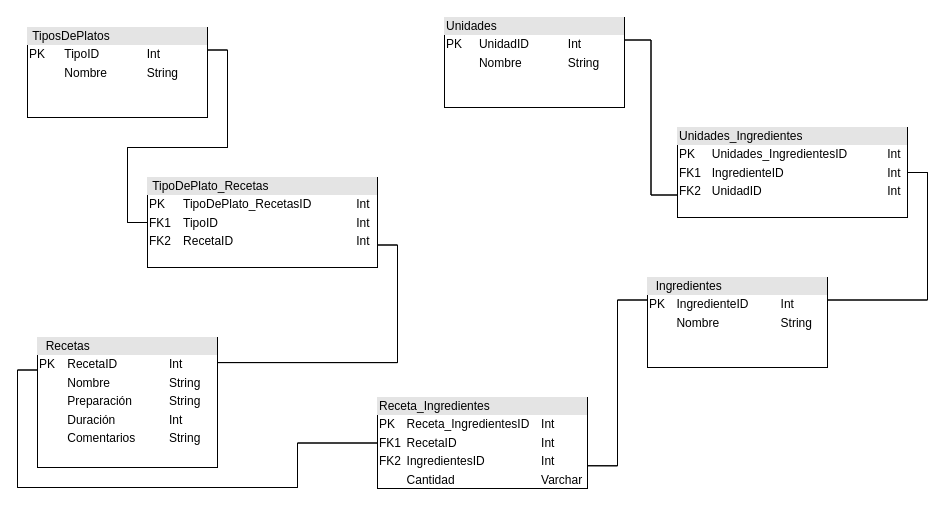
This is Platos Diagram.drawio from NotJarethGG/CosasVarias, a draw.io file, before an edit. Source tidied: cells renumbered, new cells numbered last; positions are measured from the earlier drawing's top-left corner, leaving out a move shared by most shapes. Both pictures are drawn from the tidied source at 100%, with x=0, y=0 at pixel (27, 17).
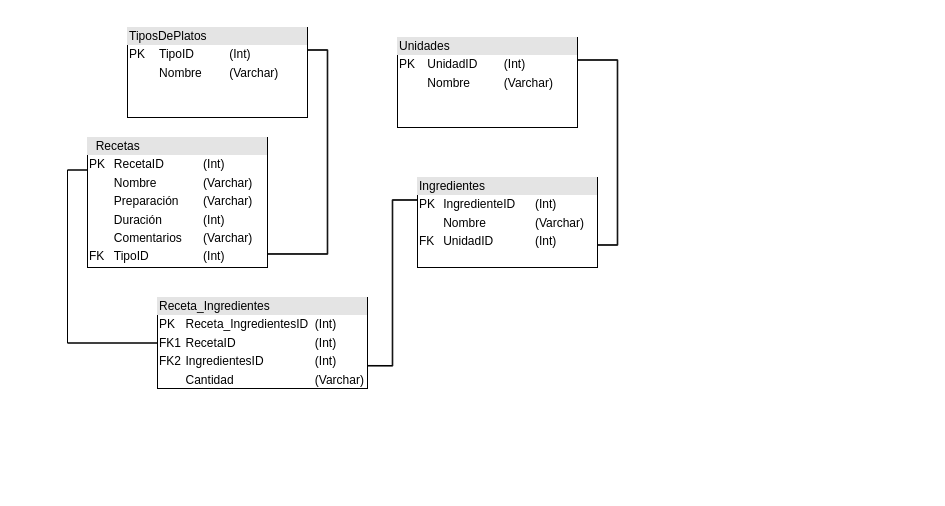
Above is the later version.

The edit, as a diff of the source:
```diff
@@
 <mxGraphModel>
   <root>
     <mxCell id="0" />
     <mxCell id="1" parent="0" />
-    <mxCell id="2" style="edgeStyle=orthogonalEdgeStyle;rounded=0;jettySize=auto;html=1;exitX=1;exitY=0.25;exitDx=0;exitDy=0;entryX=0;entryY=0.5;entryDx=0;entryDy=0;shape=link;width=0;" parent="1" edge="1" source="3" target="7">
-      <mxGeometry relative="1" as="geometry" />
-    </mxCell>
+    <mxCell id="15" style="edgeStyle=orthogonalEdgeStyle;rounded=0;jettySize=auto;html=1;exitX=1;exitY=0.25;exitDx=0;exitDy=0;entryX=0.999;entryY=0.896;entryDx=0;entryDy=0;entryPerimeter=0;shape=link;width=-0.5882352941176467;" parent="1" edge="1" source="3" target="6">
+      <mxGeometry relative="1" as="geometry" />
+    </mxCell>
-    <mxCell id="3" value="&lt;div style=&quot;box-sizing:border-box;width:100%;background:#e4e4e4;padding:2px;&quot;&gt;&lt;span style=&quot;white-space: pre;&quot;&gt; &lt;/span&gt;TiposDePlatos&lt;/div&gt;&lt;table style=&quot;width:100%;font-size:1em;&quot; cellpadding=&quot;2&quot; cellspacing=&quot;0&quot;&gt;&lt;tbody&gt;&lt;tr&gt;&lt;td&gt;PK&lt;/td&gt;&lt;td&gt;TipoID&lt;/td&gt;&lt;td&gt;Int&lt;/td&gt;&lt;/tr&gt;&lt;tr&gt;&lt;td&gt;&lt;br&gt;&lt;/td&gt;&lt;td&gt;Nombre&lt;/td&gt;&lt;td&gt;String&lt;/td&gt;&lt;/tr&gt;&lt;tr&gt;&lt;td&gt;&lt;/td&gt;&lt;td&gt;&lt;br&gt;&lt;/td&gt;&lt;td&gt;&lt;br&gt;&lt;/td&gt;&lt;/tr&gt;&lt;/tbody&gt;&lt;/table&gt;" style="verticalAlign=top;align=left;overflow=fill;html=1;whiteSpace=wrap;" parent="1" vertex="1">
-      <mxGeometry y="10" width="180" height="90" as="geometry" />
+    <mxCell id="3" value="&lt;div style=&quot;box-sizing:border-box;width:100%;background:#e4e4e4;padding:2px;&quot;&gt;&lt;span style=&quot;&quot;&gt; &lt;/span&gt;TiposDePlatos&lt;/div&gt;&lt;table style=&quot;width:100%;font-size:1em;&quot; cellpadding=&quot;2&quot; cellspacing=&quot;0&quot;&gt;&lt;tbody&gt;&lt;tr&gt;&lt;td&gt;PK&lt;/td&gt;&lt;td&gt;TipoID&lt;/td&gt;&lt;td&gt;(Int)&lt;/td&gt;&lt;/tr&gt;&lt;tr&gt;&lt;td&gt;&lt;br&gt;&lt;/td&gt;&lt;td&gt;Nombre&lt;/td&gt;&lt;td&gt;(Varchar)&lt;br&gt;&lt;/td&gt;&lt;/tr&gt;&lt;/tbody&gt;&lt;/table&gt;" style="verticalAlign=top;align=left;overflow=fill;html=1;whiteSpace=wrap;" parent="1" vertex="1">
+      <mxGeometry x="100" y="10" width="180" height="90" as="geometry" />
     </mxCell>
-    <mxCell id="4" style="edgeStyle=orthogonalEdgeStyle;rounded=0;jettySize=auto;html=1;exitX=0.997;exitY=0.193;exitDx=0;exitDy=0;entryX=1;entryY=0.75;entryDx=0;entryDy=0;shape=link;width=0;exitPerimeter=0;" parent="1" edge="1" source="6" target="7">
-      <mxGeometry relative="1" as="geometry" />
-    </mxCell>
     <mxCell id="5" style="edgeStyle=orthogonalEdgeStyle;rounded=0;jettySize=auto;html=1;exitX=0;exitY=0.25;exitDx=0;exitDy=0;entryX=0;entryY=0.5;entryDx=0;entryDy=0;shape=link;width=0;" parent="1" edge="1" source="6" target="11">
       <mxGeometry relative="1" as="geometry" />
     </mxCell>
-    <mxCell id="6" value="&lt;div style=&quot;box-sizing:border-box;width:100%;background:#e4e4e4;padding:2px;&quot;&gt;&lt;span style=&quot;white-space: pre;&quot;&gt; &lt;/span&gt;&lt;span style=&quot;white-space: pre;&quot;&gt; &lt;/span&gt;Recetas&lt;/div&gt;&lt;table style=&quot;width:100%;font-size:1em;&quot; cellpadding=&quot;2&quot; cellspacing=&quot;0&quot;&gt;&lt;tbody&gt;&lt;tr&gt;&lt;td&gt;PK&lt;/td&gt;&lt;td&gt;RecetaID&lt;/td&gt;&lt;td&gt;Int&lt;/td&gt;&lt;/tr&gt;&lt;tr&gt;&lt;td&gt;&lt;br&gt;&lt;/td&gt;&lt;td&gt;Nombre&lt;/td&gt;&lt;td&gt;String&lt;/td&gt;&lt;/tr&gt;&lt;tr&gt;&lt;td&gt;&lt;br&gt;&lt;/td&gt;&lt;td&gt;Preparación&lt;/td&gt;&lt;td&gt;String&lt;/td&gt;&lt;/tr&gt;&lt;tr&gt;&lt;td&gt;&lt;br&gt;&lt;/td&gt;&lt;td&gt;Duración&lt;/td&gt;&lt;td&gt;Int&lt;/td&gt;&lt;/tr&gt;&lt;tr&gt;&lt;td&gt;&lt;br&gt;&lt;/td&gt;&lt;td&gt;Comentarios&lt;/td&gt;&lt;td&gt;String&lt;/td&gt;&lt;/tr&gt;&lt;/tbody&gt;&lt;/table&gt;" style="verticalAlign=top;align=left;overflow=fill;html=1;whiteSpace=wrap;" parent="1" vertex="1">
-      <mxGeometry x="10" y="320" width="180" height="130" as="geometry" />
+    <mxCell id="6" value="&lt;div style=&quot;box-sizing:border-box;width:100%;background:#e4e4e4;padding:2px;&quot;&gt;&lt;span style=&quot;white-space: pre;&quot;&gt; &lt;/span&gt;&lt;span style=&quot;white-space: pre;&quot;&gt; &lt;/span&gt;Recetas&lt;/div&gt;&lt;table style=&quot;width:100%;font-size:1em;&quot; cellpadding=&quot;2&quot; cellspacing=&quot;0&quot;&gt;&lt;tbody&gt;&lt;tr&gt;&lt;td&gt;PK&lt;/td&gt;&lt;td&gt;RecetaID&lt;/td&gt;&lt;td&gt;(Int)&lt;/td&gt;&lt;/tr&gt;&lt;tr&gt;&lt;td&gt;&lt;br&gt;&lt;/td&gt;&lt;td&gt;Nombre&lt;/td&gt;&lt;td&gt;(Varchar)&lt;/td&gt;&lt;/tr&gt;&lt;tr&gt;&lt;td&gt;&lt;br&gt;&lt;/td&gt;&lt;td&gt;Preparación&lt;/td&gt;&lt;td&gt;(Varchar)&lt;/td&gt;&lt;/tr&gt;&lt;tr&gt;&lt;td&gt;&lt;br&gt;&lt;/td&gt;&lt;td&gt;Duración&lt;/td&gt;&lt;td&gt;(Int)&lt;/td&gt;&lt;/tr&gt;&lt;tr&gt;&lt;td&gt;&lt;br&gt;&lt;/td&gt;&lt;td&gt;Comentarios&lt;/td&gt;&lt;td&gt;(Varchar)&lt;/td&gt;&lt;/tr&gt;&lt;tr&gt;&lt;td&gt;FK&lt;/td&gt;&lt;td&gt;TipoID&lt;/td&gt;&lt;td&gt;(Int)&lt;/td&gt;&lt;/tr&gt;&lt;/tbody&gt;&lt;/table&gt;" style="verticalAlign=top;align=left;overflow=fill;html=1;whiteSpace=wrap;" parent="1" vertex="1">
+      <mxGeometry x="60" y="120" width="180" height="130" as="geometry" />
     </mxCell>
-    <mxCell id="7" value="&lt;div style=&quot;box-sizing:border-box;width:100%;background:#e4e4e4;padding:2px;&quot;&gt;&lt;span style=&quot;white-space: pre;&quot;&gt; &lt;/span&gt;TipoDePlato_Recetas&lt;/div&gt;&lt;table style=&quot;width:100%;font-size:1em;&quot; cellpadding=&quot;2&quot; cellspacing=&quot;0&quot;&gt;&lt;tbody&gt;&lt;tr&gt;&lt;td&gt;PK&lt;/td&gt;&lt;td&gt;TipoDePlato_RecetasID&lt;/td&gt;&lt;td&gt;Int&lt;/td&gt;&lt;/tr&gt;&lt;tr&gt;&lt;td&gt;FK1&lt;/td&gt;&lt;td&gt;TipoID&lt;/td&gt;&lt;td&gt;Int&lt;/td&gt;&lt;/tr&gt;&lt;tr&gt;&lt;td&gt;FK2&lt;/td&gt;&lt;td&gt;RecetaID&lt;/td&gt;&lt;td&gt;Int&lt;/td&gt;&lt;/tr&gt;&lt;/tbody&gt;&lt;/table&gt;" style="verticalAlign=top;align=left;overflow=fill;html=1;whiteSpace=wrap;" parent="1" vertex="1">
-      <mxGeometry x="120" y="160" width="230" height="90" as="geometry" />
-    </mxCell>
-    <mxCell id="8" style="edgeStyle=orthogonalEdgeStyle;rounded=0;jettySize=auto;html=1;exitX=1;exitY=0.25;exitDx=0;exitDy=0;entryX=1;entryY=0.5;entryDx=0;entryDy=0;shape=link;width=0;" parent="1" edge="1" source="9" target="14">
-      <mxGeometry relative="1" as="geometry" />
-    </mxCell>
-    <mxCell id="9" value="&lt;div style=&quot;box-sizing:border-box;width:100%;background:#e4e4e4;padding:2px;&quot;&gt;&lt;span style=&quot;white-space: pre;&quot;&gt; &lt;/span&gt;&lt;span style=&quot;white-space: pre;&quot;&gt; &lt;/span&gt;Ingredientes&lt;/div&gt;&lt;table style=&quot;width:100%;font-size:1em;&quot; cellpadding=&quot;2&quot; cellspacing=&quot;0&quot;&gt;&lt;tbody&gt;&lt;tr&gt;&lt;td&gt;PK&lt;/td&gt;&lt;td&gt;IngredienteID&lt;/td&gt;&lt;td&gt;Int&lt;/td&gt;&lt;/tr&gt;&lt;tr&gt;&lt;td&gt;&lt;/td&gt;&lt;td&gt;Nombre&lt;/td&gt;&lt;td&gt;String&lt;/td&gt;&lt;/tr&gt;&lt;tr&gt;&lt;td&gt;&lt;/td&gt;&lt;td&gt;&lt;br&gt;&lt;/td&gt;&lt;td&gt;&lt;br&gt;&lt;/td&gt;&lt;/tr&gt;&lt;/tbody&gt;&lt;/table&gt;" style="verticalAlign=top;align=left;overflow=fill;html=1;whiteSpace=wrap;" parent="1" vertex="1">
-      <mxGeometry x="620" y="260" width="180" height="90" as="geometry" />
+    <mxCell id="9" value="&lt;div style=&quot;box-sizing:border-box;width:100%;background:#e4e4e4;padding:2px;&quot;&gt;&lt;span style=&quot;&quot;&gt; &lt;/span&gt;&lt;span style=&quot;&quot;&gt; &lt;/span&gt;Ingredientes&lt;/div&gt;&lt;table style=&quot;width:100%;font-size:1em;&quot; cellpadding=&quot;2&quot; cellspacing=&quot;0&quot;&gt;&lt;tbody&gt;&lt;tr&gt;&lt;td&gt;PK&lt;/td&gt;&lt;td&gt;IngredienteID&lt;/td&gt;&lt;td&gt;(Int)&lt;/td&gt;&lt;/tr&gt;&lt;tr&gt;&lt;td&gt;&lt;/td&gt;&lt;td&gt;Nombre&lt;/td&gt;&lt;td&gt;(Varchar)&lt;/td&gt;&lt;/tr&gt;&lt;tr&gt;&lt;td&gt;FK&lt;/td&gt;&lt;td&gt;UnidadID&lt;/td&gt;&lt;td&gt;(Int)&lt;/td&gt;&lt;/tr&gt;&lt;/tbody&gt;&lt;/table&gt;" style="verticalAlign=top;align=left;overflow=fill;html=1;whiteSpace=wrap;" parent="1" vertex="1">
+      <mxGeometry x="390" y="160" width="180" height="90" as="geometry" />
     </mxCell>
-    <mxCell id="10" style="edgeStyle=orthogonalEdgeStyle;rounded=0;jettySize=auto;html=1;exitX=1;exitY=0.75;exitDx=0;exitDy=0;entryX=0;entryY=0.25;entryDx=0;entryDy=0;shape=link;width=0;" parent="1" edge="1" source="11" target="9">
+    <mxCell id="10" style="edgeStyle=orthogonalEdgeStyle;rounded=0;jettySize=auto;html=1;exitX=1;exitY=0.75;exitDx=0;exitDy=0;entryX=0;entryY=0.25;entryDx=0;entryDy=0;shape=link;width=0.5882352941176467;" parent="1" edge="1" source="11" target="9">
       <mxGeometry relative="1" as="geometry" />
     </mxCell>
-    <mxCell id="11" value="&lt;div style=&quot;box-sizing:border-box;width:100%;background:#e4e4e4;padding:2px;&quot;&gt;Receta_Ingredientes&lt;/div&gt;&lt;table style=&quot;width:100%;font-size:1em;&quot; cellpadding=&quot;2&quot; cellspacing=&quot;0&quot;&gt;&lt;tbody&gt;&lt;tr&gt;&lt;td&gt;PK&lt;/td&gt;&lt;td&gt;Receta_IngredientesID&lt;/td&gt;&lt;td&gt;Int&lt;/td&gt;&lt;/tr&gt;&lt;tr&gt;&lt;td&gt;FK1&lt;/td&gt;&lt;td&gt;RecetaID&lt;/td&gt;&lt;td&gt;Int&lt;/td&gt;&lt;/tr&gt;&lt;tr&gt;&lt;td&gt;FK2&lt;/td&gt;&lt;td&gt;IngredientesID&lt;/td&gt;&lt;td&gt;Int&lt;/td&gt;&lt;/tr&gt;&lt;tr&gt;&lt;td&gt;&lt;br&gt;&lt;/td&gt;&lt;td&gt;Cantidad&lt;/td&gt;&lt;td&gt;Varchar&lt;/td&gt;&lt;/tr&gt;&lt;/tbody&gt;&lt;/table&gt;" style="verticalAlign=top;align=left;overflow=fill;html=1;whiteSpace=wrap;" parent="1" vertex="1">
-      <mxGeometry x="350" y="380" width="210" height="91" as="geometry" />
+    <mxCell id="11" value="&lt;div style=&quot;box-sizing:border-box;width:100%;background:#e4e4e4;padding:2px;&quot;&gt;Receta_Ingredientes&lt;/div&gt;&lt;table style=&quot;width:100%;font-size:1em;&quot; cellpadding=&quot;2&quot; cellspacing=&quot;0&quot;&gt;&lt;tbody&gt;&lt;tr&gt;&lt;td&gt;PK&lt;/td&gt;&lt;td&gt;Receta_IngredientesID&lt;/td&gt;&lt;td&gt;(Int)&lt;/td&gt;&lt;/tr&gt;&lt;tr&gt;&lt;td&gt;FK1&lt;/td&gt;&lt;td&gt;RecetaID&lt;/td&gt;&lt;td&gt;(Int)&lt;/td&gt;&lt;/tr&gt;&lt;tr&gt;&lt;td&gt;FK2&lt;/td&gt;&lt;td&gt;IngredientesID&lt;/td&gt;&lt;td&gt;(Int)&lt;/td&gt;&lt;/tr&gt;&lt;tr&gt;&lt;td&gt;&lt;br&gt;&lt;/td&gt;&lt;td&gt;Cantidad&lt;/td&gt;&lt;td&gt;(Varchar)&lt;/td&gt;&lt;/tr&gt;&lt;/tbody&gt;&lt;/table&gt;" style="verticalAlign=top;align=left;overflow=fill;html=1;whiteSpace=wrap;" parent="1" vertex="1">
+      <mxGeometry x="130" y="280" width="210" height="91" as="geometry" />
     </mxCell>
-    <mxCell id="12" style="edgeStyle=orthogonalEdgeStyle;rounded=0;jettySize=auto;html=1;exitX=1;exitY=0.25;exitDx=0;exitDy=0;entryX=0;entryY=0.75;entryDx=0;entryDy=0;shape=link;width=0;" parent="1" edge="1" source="13" target="14">
-      <mxGeometry relative="1" as="geometry" />
-    </mxCell>
+    <mxCell id="16" style="edgeStyle=orthogonalEdgeStyle;rounded=0;jettySize=auto;html=1;exitX=1;exitY=0.25;exitDx=0;exitDy=0;entryX=1;entryY=0.75;entryDx=0;entryDy=0;shape=link;width=-0.5882352941176467;" parent="1" edge="1" source="13" target="9">
+      <mxGeometry relative="1" as="geometry" />
+    </mxCell>
-    <mxCell id="13" value="&lt;div style=&quot;box-sizing:border-box;width:100%;background:#e4e4e4;padding:2px;&quot;&gt;Unidades&lt;/div&gt;&lt;table style=&quot;width:100%;font-size:1em;&quot; cellpadding=&quot;2&quot; cellspacing=&quot;0&quot;&gt;&lt;tbody&gt;&lt;tr&gt;&lt;td&gt;PK&lt;/td&gt;&lt;td&gt;UnidadID&lt;/td&gt;&lt;td&gt;Int&lt;/td&gt;&lt;/tr&gt;&lt;tr&gt;&lt;td&gt;&lt;br&gt;&lt;/td&gt;&lt;td&gt;Nombre&lt;/td&gt;&lt;td&gt;String&lt;/td&gt;&lt;/tr&gt;&lt;tr&gt;&lt;td&gt;&lt;/td&gt;&lt;td&gt;&lt;br&gt;&lt;/td&gt;&lt;td&gt;&lt;br&gt;&lt;/td&gt;&lt;/tr&gt;&lt;/tbody&gt;&lt;/table&gt;" style="verticalAlign=top;align=left;overflow=fill;html=1;whiteSpace=wrap;" parent="1" vertex="1">
-      <mxGeometry x="417" width="180" height="90" as="geometry" />
+    <mxCell id="13" value="&lt;div style=&quot;box-sizing:border-box;width:100%;background:#e4e4e4;padding:2px;&quot;&gt;Unidades&lt;/div&gt;&lt;table style=&quot;width:100%;font-size:1em;&quot; cellpadding=&quot;2&quot; cellspacing=&quot;0&quot;&gt;&lt;tbody&gt;&lt;tr&gt;&lt;td&gt;PK&lt;/td&gt;&lt;td&gt;UnidadID&lt;/td&gt;&lt;td&gt;(Int)&lt;/td&gt;&lt;/tr&gt;&lt;tr&gt;&lt;td&gt;&lt;br&gt;&lt;/td&gt;&lt;td&gt;Nombre&lt;/td&gt;&lt;td&gt;(Varchar)&lt;/td&gt;&lt;/tr&gt;&lt;tr&gt;&lt;td&gt;&lt;/td&gt;&lt;td&gt;&lt;br&gt;&lt;/td&gt;&lt;td&gt;&lt;br&gt;&lt;/td&gt;&lt;/tr&gt;&lt;/tbody&gt;&lt;/table&gt;" style="verticalAlign=top;align=left;overflow=fill;html=1;whiteSpace=wrap;" parent="1" vertex="1">
+      <mxGeometry x="370" y="20" width="180" height="90" as="geometry" />
     </mxCell>
-    <mxCell id="14" value="&lt;div style=&quot;box-sizing:border-box;width:100%;background:#e4e4e4;padding:2px;&quot;&gt;Unidades_Ingredientes&lt;/div&gt;&lt;table style=&quot;width:100%;font-size:1em;&quot; cellpadding=&quot;2&quot; cellspacing=&quot;0&quot;&gt;&lt;tbody&gt;&lt;tr&gt;&lt;td&gt;PK&lt;/td&gt;&lt;td&gt;Unidades_IngredientesID&lt;/td&gt;&lt;td&gt;Int&lt;/td&gt;&lt;/tr&gt;&lt;tr&gt;&lt;td&gt;FK1&lt;/td&gt;&lt;td&gt;IngredienteID&lt;/td&gt;&lt;td&gt;Int&lt;/td&gt;&lt;/tr&gt;&lt;tr&gt;&lt;td&gt;FK2&lt;/td&gt;&lt;td&gt;UnidadID&lt;/td&gt;&lt;td&gt;Int&lt;/td&gt;&lt;/tr&gt;&lt;/tbody&gt;&lt;/table&gt;" style="verticalAlign=top;align=left;overflow=fill;html=1;whiteSpace=wrap;" parent="1" vertex="1">
-      <mxGeometry x="650" y="110" width="230" height="90" as="geometry" />
-    </mxCell>
   </root>
 </mxGraphModel>
```
